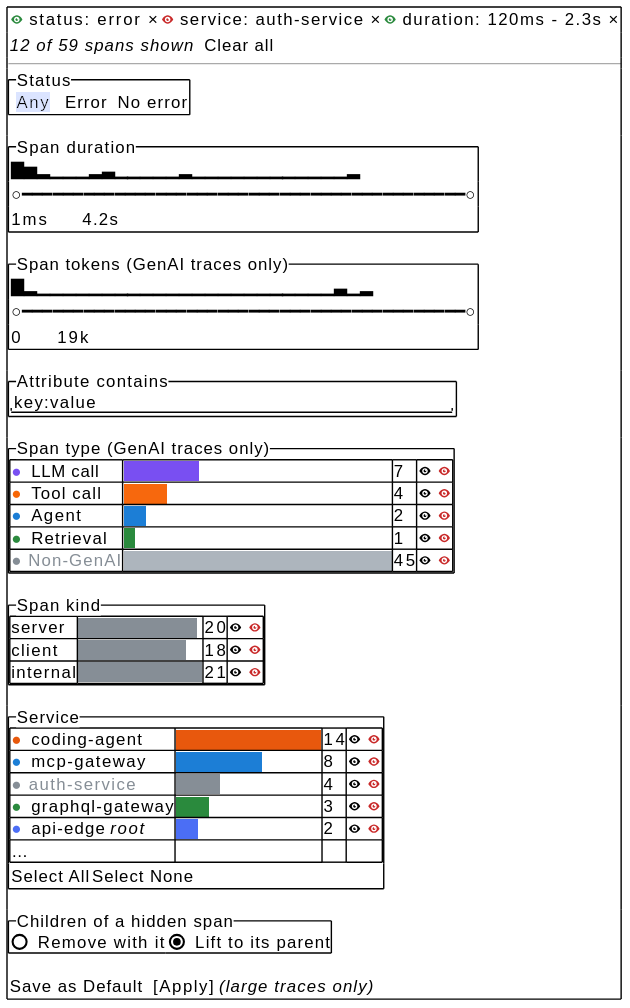
Earlier version of the PlantUML export docs/rfc/0009/popover.svg (Prakhar1Ojha/jaeger-ui).
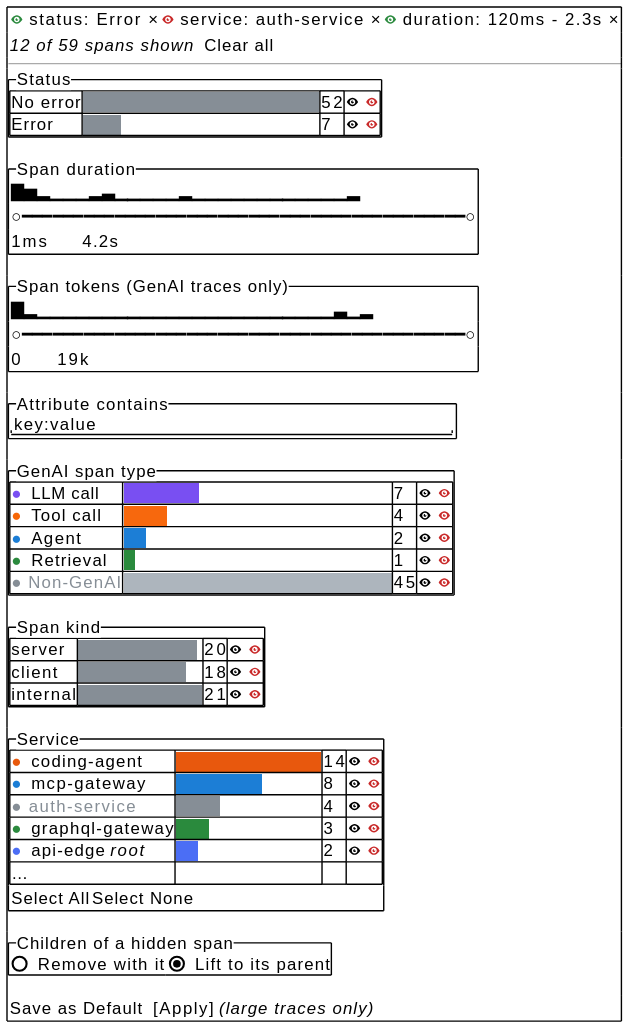
Above is the later version.

Commit message:
feat(trace-page): Add the facets to the filter popover

The edit, as a diff of the source:
```diff
@@ -1,10 +1,13 @@
 @startsalt
 {+
-  { <color:#2b8a3e><&eye></color> status: error  × | <color:#c92a2a><&eye></color> service: auth-service  × | <color:#2b8a3e><&eye></color> duration: 120ms - 2.3s  × }
+  { <color:#2b8a3e><&eye></color> status: Error  × | <color:#c92a2a><&eye></color> service: auth-service  × | <color:#2b8a3e><&eye></color> duration: 120ms - 2.3s  × }
   { <i>12 of 59 spans shown</i> | . | Clear all }
   --
   {^"Status"
-    { <back:#dbe4ff> Any </back> | . | Error | . | No error }
+    {#
+      No error | <back:#868e96>                                            </back> | 52 | <&eye> <color:#c92a2a><&eye></color>
+      Error | <back:#868e96>       </back> | 7 | <&eye> <color:#c92a2a><&eye></color>
+    }
   }
   {^"Span duration"
     { ▇▅▂▁▁▁▂▃▁▁▁▁▁▂▁▁▁▁▁▁▁▁▁▁▁▁▂ }
@@ -19,7 +22,7 @@
   {^"Attribute contains"
     "key:value                              "
   }
-  {^"Span type (GenAI traces only)"
+  {^"GenAI span type"
     {#
       <color:#7950f2>●</color> LLM call | <back:#7950f2>              </back> | 7 | <&eye> <color:#c92a2a><&eye></color>
       <color:#f76707>●</color> Tool call | <back:#f76707>        </back> | 4 | <&eye> <color:#c92a2a><&eye></color>
```
